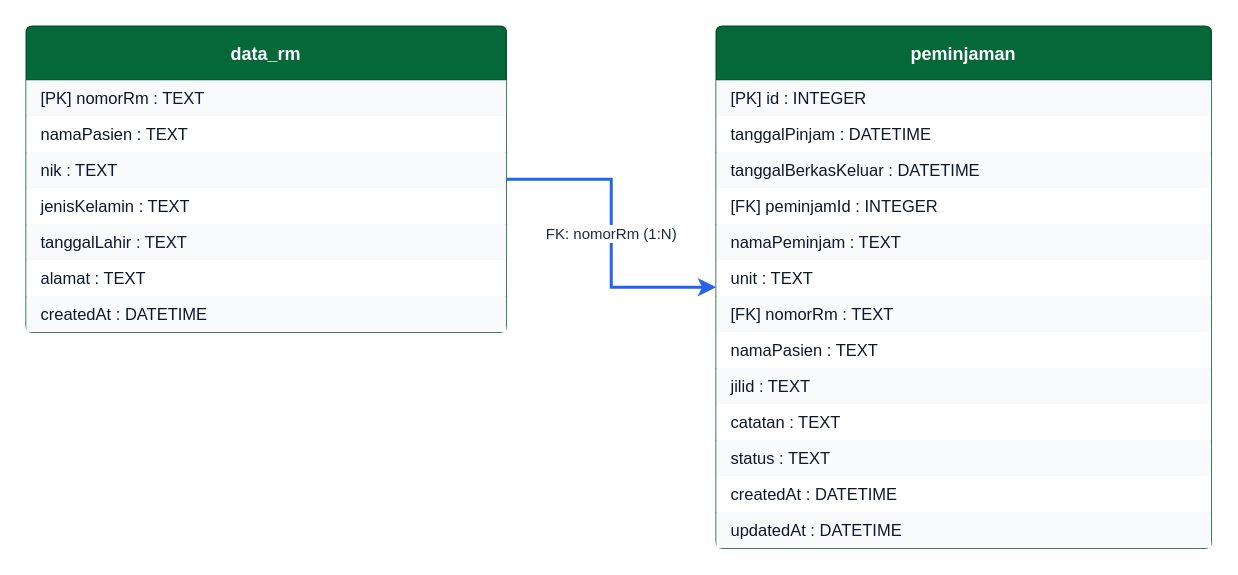
Above: docs/dokumentasi-project/assets/diagram-final/ERD/detail/ERD_Data_RM.drawio in ghozahimma65/peminjaman-rm (draw.io), before the change. Source tidied: cells renumbered, new cells numbered last; positions are measured from the earlier drawing's top-left corner, leaving out a move shared by most shapes. Both pictures are drawn from the tidied source at 150%, with x=0, y=0 at pixel (26, 26).
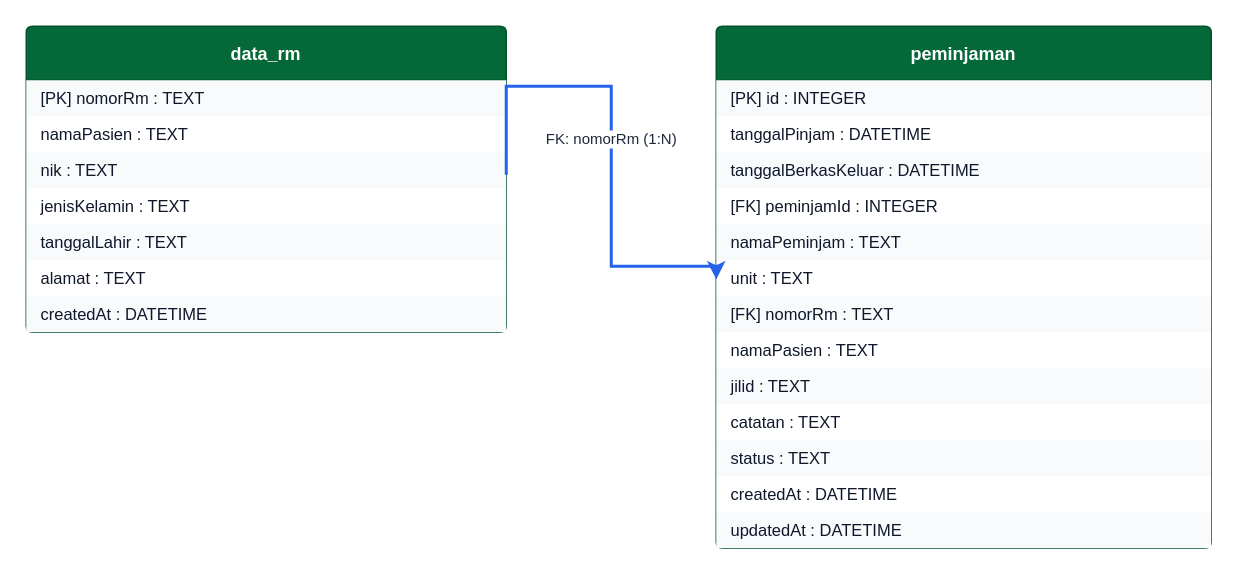
After the change.

The change refers to these unchanged cells:
```xml
<mxCell id="2" value="data_rm" style="swimlane;fontStyle=1;horizontal=1;startSize=36;fillColor=#056839;fontColor=#ffffff;strokeColor=#04522d;rounded=1;arcSize=4;" parent="1" vertex="1">
  <mxGeometry width="320" height="204" as="geometry" />
</mxCell>
<mxCell id="10" value="peminjaman" style="swimlane;fontStyle=1;horizontal=1;startSize=36;fillColor=#056839;fontColor=#ffffff;strokeColor=#04522d;rounded=1;arcSize=4;" parent="1" vertex="1">
  <mxGeometry x="460" width="330" height="348" as="geometry" />
</mxCell>
```

The edit, as a diff of the source:
```diff
@@
-    <mxCell id="24" value="FK: nomorRm (1:N)" style="edgeStyle=orthogonalEdgeStyle;rounded=0;jettySize=auto;html=1;strokeColor=#2563eb;strokeWidth=2;fontSize=10;fontColor=#1e293b;" parent="1" edge="1" source="2" target="10">
-      <mxGeometry relative="1" as="geometry" />
+    <mxCell id="24" value="FK: nomorRm (1:N)" style="edgeStyle=orthogonalEdgeStyle;rounded=0;jettySize=auto;html=1;exitX=1;exitY=0.485;exitDx=0;exitDy=0;entryX=0;entryY=0.485;entryDx=0;entryDy=0;strokeColor=#2563eb;strokeWidth=2;fontSize=10;fontColor=#1e293b;" parent="1" edge="1" source="2" target="10">
+      <mxGeometry relative="1" as="geometry">
+        <Array as="points">
+          <mxPoint x="390" y="40" />
+          <mxPoint x="390" y="160" />
+        </Array>
+      </mxGeometry>
     </mxCell>
```
